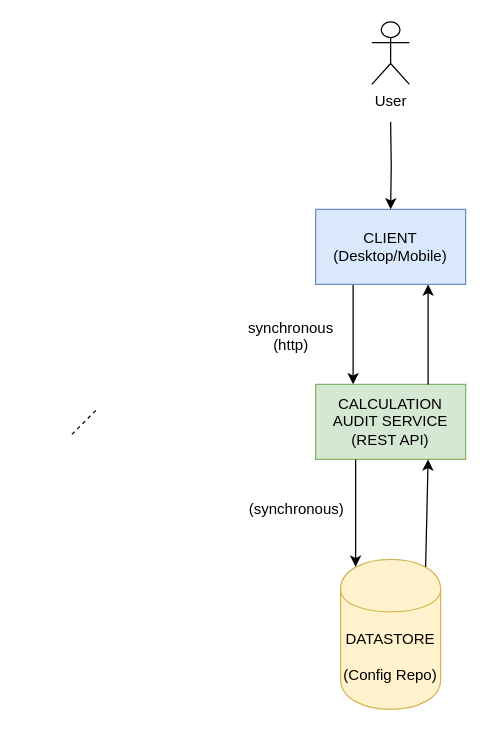
This is Initial - Pull.drawio from rajkumar90/intuit-craft, a draw.io file, before an edit. Source tidied: cells renumbered, new cells numbered last; positions are measured from the earlier drawing's top-left corner, leaving out a move shared by most shapes. Both pictures are drawn from the tidied source at 125%, with x=0, y=0 at pixel (71, 21).
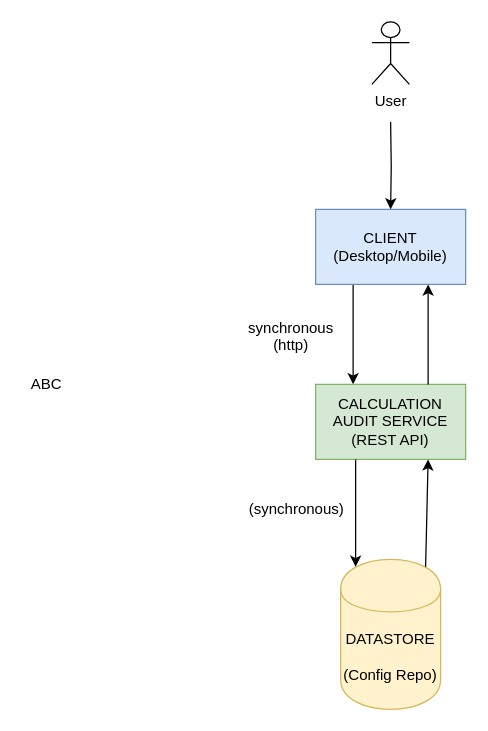
The same page after the edit.

The edit, as a diff of the source:
```diff
@@
 <mxGraphModel>
   <root>
     <mxCell id="0" />
     <mxCell id="1" parent="0" />
     <mxCell id="2" style="edgeStyle=orthogonalEdgeStyle;rounded=0;jettySize=auto;html=1;exitX=0.25;exitY=1;exitDx=0;exitDy=0;entryX=0.25;entryY=0;entryDx=0;entryDy=0;" parent="1" edge="1" source="3" target="4">
       <mxGeometry relative="1" as="geometry" />
     </mxCell>
     <mxCell id="3" value="CLIENT (Desktop/Mobile)" style="rounded=0;whiteSpace=wrap;html=1;fillColor=#dae8fc;strokeColor=#6c8ebf;" parent="1" vertex="1">
       <mxGeometry x="195" y="150" width="120" height="60" as="geometry" />
     </mxCell>
     <mxCell id="4" value="CALCULATION AUDIT SERVICE&lt;br&gt;(REST API)" style="rounded=0;whiteSpace=wrap;html=1;fillColor=#d5e8d4;strokeColor=#82b366;" parent="1" vertex="1">
       <mxGeometry x="195" y="290" width="120" height="60" as="geometry" />
     </mxCell>
     <mxCell id="5" value="DATASTORE&lt;br&gt;&lt;br&gt;(Config Repo)" style="shape=cylinder;whiteSpace=wrap;html=1;boundedLbl=1;backgroundOutline=1;rounded=0;fillColor=#fff2cc;strokeColor=#d6b656;" parent="1" vertex="1">
       <mxGeometry x="215" y="430" width="80" height="120" as="geometry" />
     </mxCell>
     <mxCell id="6" style="endArrow=classic;html=1;entryX=0.15;entryY=0.05;entryDx=0;entryDy=0;entryPerimeter=0;" parent="1" edge="1" target="5">
       <mxGeometry relative="1" as="geometry">
         <mxPoint x="227" y="350" as="sourcePoint" />
       </mxGeometry>
     </mxCell>
     <mxCell id="7" style="endArrow=classic;html=1;exitX=0.75;exitY=0;exitDx=0;exitDy=0;entryX=0.75;entryY=1;entryDx=0;entryDy=0;" parent="1" edge="1" source="4" target="3">
       <mxGeometry relative="1" as="geometry" />
     </mxCell>
     <mxCell id="8" style="endArrow=classic;html=1;exitX=0.85;exitY=0.05;exitDx=0;exitDy=0;exitPerimeter=0;entryX=0.75;entryY=1;entryDx=0;entryDy=0;" parent="1" edge="1" source="5" target="4">
       <mxGeometry relative="1" as="geometry" />
     </mxCell>
     <mxCell id="9" style="edgeStyle=orthogonalEdgeStyle;rounded=0;jettySize=auto;html=1;" parent="1" edge="1" target="3">
       <mxGeometry relative="1" as="geometry">
         <mxPoint x="255" y="80" as="sourcePoint" />
       </mxGeometry>
     </mxCell>
     <mxCell id="10" value="User&lt;br&gt;" style="shape=umlActor;verticalLabelPosition=bottom;labelBackgroundColor=#ffffff;verticalAlign=top;html=1;" parent="1" vertex="1">
       <mxGeometry x="240" width="30" height="50" as="geometry" />
     </mxCell>
     <mxCell id="11" value="synchronous&lt;br&gt;(http)" style="text;html=1;align=center;verticalAlign=top;spacingTop=-4;" parent="1" vertex="1">
       <mxGeometry x="135" y="235" width="80" height="30" as="geometry" />
     </mxCell>
     <mxCell id="12" value="(synchronous)" style="text;html=1;align=left;verticalAlign=top;spacingTop=-4;" parent="1" vertex="1">
       <mxGeometry x="140" y="380" width="90" height="20" as="geometry" />
     </mxCell>
-    <mxCell id="13" style="endArrow=none;dashed=1;html=1;" parent="1" edge="1">
-      <mxGeometry relative="1" as="geometry">
-        <mxPoint y="330" as="sourcePoint" />
-        <mxPoint x="20" y="310" as="targetPoint" />
-      </mxGeometry>
-    </mxCell>
+    <mxCell id="14" value="ABC" style="text;html=1;strokeColor=none;fillColor=none;align=center;verticalAlign=middle;whiteSpace=wrap;rounded=0;" parent="1" vertex="1">
+      <mxGeometry x="-40" y="280" width="40" height="20" as="geometry" />
+    </mxCell>
   </root>
 </mxGraphModel>
```
